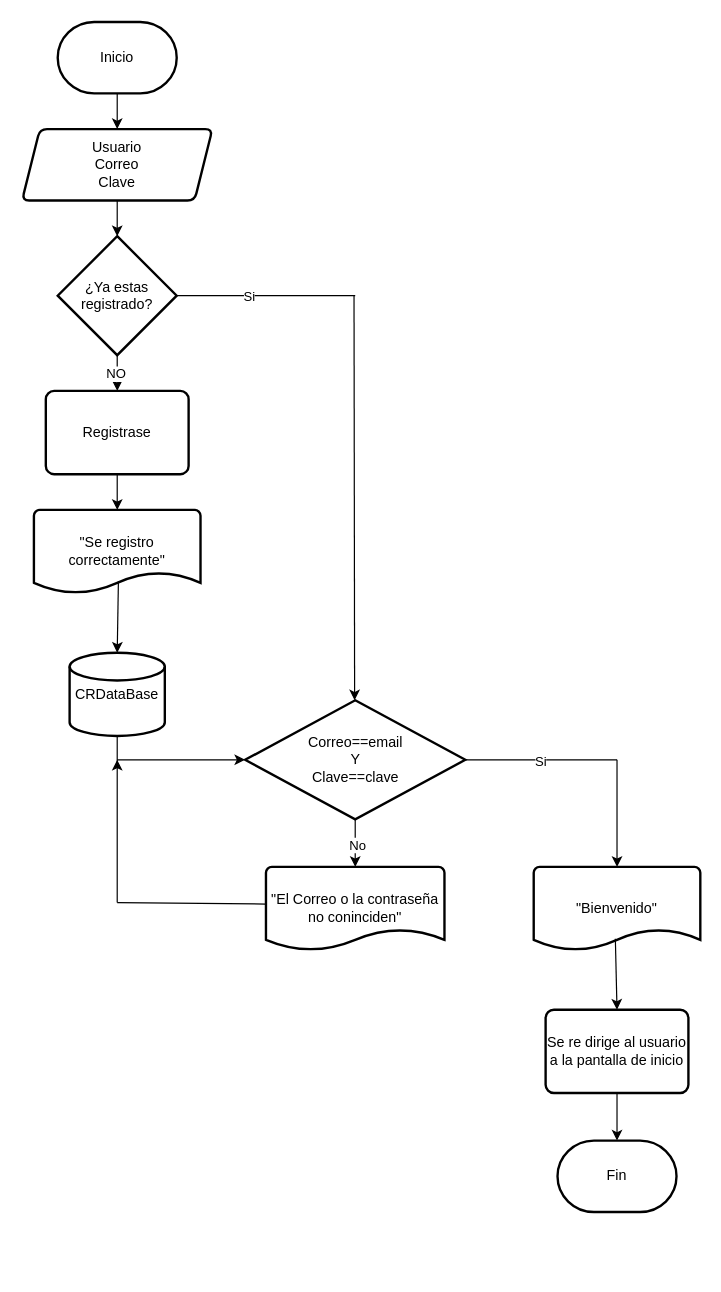
MasacradorM/Confrontation-Royale keeps this draw.io diagram as Documentacion/Diagrama de flujo-LoginAndRegister.drawio. Above is the earlier version. Source tidied: cells renumbered, new cells numbered last; positions are measured from the earlier drawing's top-left corner, leaving out a move shared by most shapes. Both pictures are drawn from the tidied source at 119%, with x=0, y=0 at pixel (21, 21).
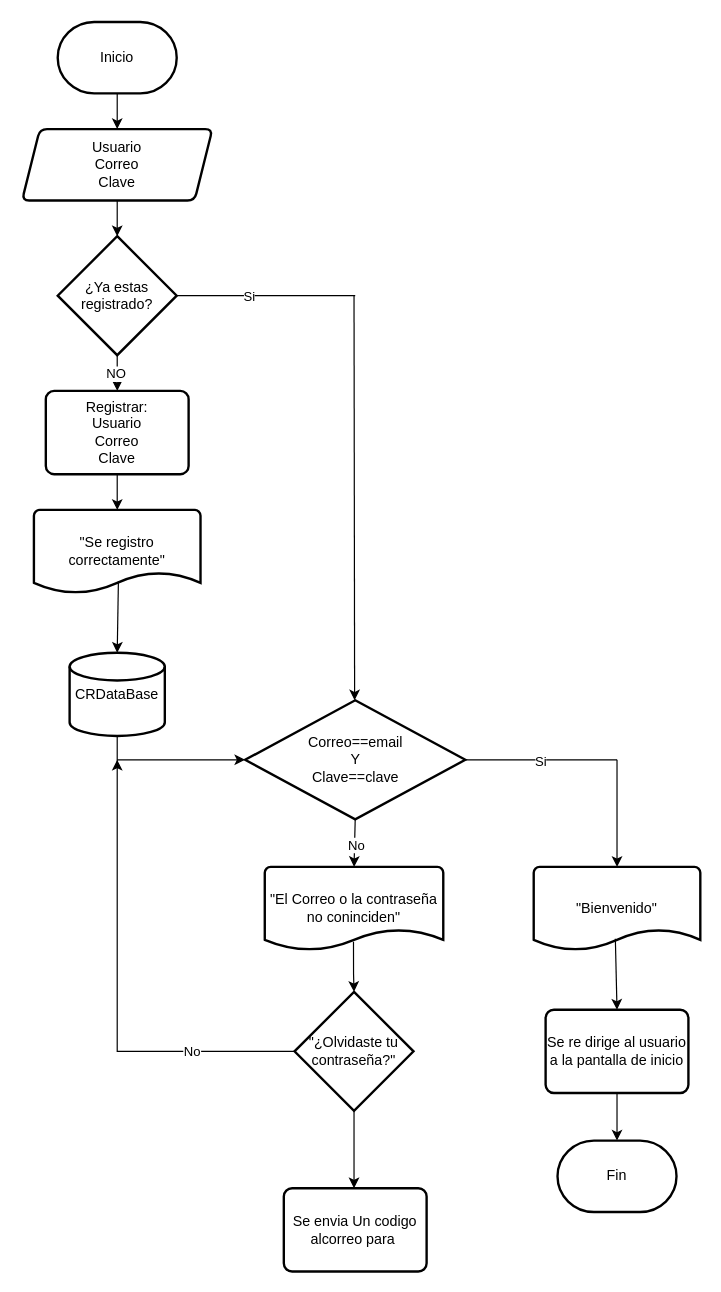
Above is the later version.

The edit, as a diff of the source:
```diff
@@
+    <mxCell id="33" style="edgeStyle=orthogonalEdgeStyle;rounded=0;jettySize=auto;html=1;exitX=0.497;exitY=0.897;exitDx=0;exitDy=0;exitPerimeter=0;" parent="1" edge="1" source="2" target="36">
+      <mxGeometry relative="1" as="geometry" />
+    </mxCell>
     <mxCell id="2" value="&quot;El Correo o la contraseña no coninciden&quot;" style="strokeWidth=2;html=1;shape=mxgraph.flowchart.document2;whiteSpace=wrap;size=0.25;" parent="1" vertex="1">
-      <mxGeometry x="205" y="710" width="150" height="70" as="geometry" />
+      <mxGeometry x="204" y="710" width="150" height="70" as="geometry" />
     </mxCell>
@@
-    <mxCell id="17" style="endArrow=none;html=1;rounded=0;entryX=0.001;entryY=0.446;entryDx=0;entryDy=0;entryPerimeter=0;" parent="1" edge="1" target="2">
-      <mxGeometry relative="1" as="geometry">
-        <mxPoint x="80" y="740" as="sourcePoint" />
-      </mxGeometry>
-    </mxCell>
-    <mxCell id="18" style="endArrow=classic;html=1;rounded=0;" parent="1" edge="1">
+    <mxCell id="18" style="endArrow=classic;html=1;rounded=0;exitX=0;exitY=0.5;exitDx=0;exitDy=0;exitPerimeter=0;" parent="1" edge="1" source="36">
       <mxGeometry relative="1" as="geometry">
-        <mxPoint x="80" y="740" as="sourcePoint" />
         <mxPoint x="80" y="620" as="targetPoint" />
+        <Array as="points">
+          <mxPoint x="80" y="865" />
+        </Array>
       </mxGeometry>
     </mxCell>
+    <mxCell id="34" value="No" style="edgeLabel;html=1;align=center;verticalAlign=middle;" parent="18" vertex="1">
+      <mxGeometry x="-0.56" y="-1" relative="1" as="geometry" />
+    </mxCell>
@@
-    <mxCell id="29" value="Registrase" style="rounded=1;whiteSpace=wrap;html=1;absoluteArcSize=1;arcSize=14;strokeWidth=2;" parent="1" vertex="1">
+    <mxCell id="29" value="Registrar:&lt;div&gt;Usuario&lt;/div&gt;&lt;div&gt;Correo&lt;/div&gt;&lt;div&gt;Clave&lt;/div&gt;" style="rounded=1;whiteSpace=wrap;html=1;absoluteArcSize=1;arcSize=14;strokeWidth=2;" parent="1" vertex="1">
       <mxGeometry x="20" y="310" width="120" height="70" as="geometry" />
     </mxCell>
@@
+    <mxCell id="35" style="edgeStyle=orthogonalEdgeStyle;rounded=0;jettySize=auto;html=1;" parent="1" edge="1" source="36">
+      <mxGeometry relative="1" as="geometry">
+        <mxPoint x="279" y="980" as="targetPoint" />
+      </mxGeometry>
+    </mxCell>
+    <mxCell id="36" value="&quot;¿Olvidaste tu contraseña?&quot;" style="strokeWidth=2;html=1;shape=mxgraph.flowchart.decision;whiteSpace=wrap;" parent="1" vertex="1">
+      <mxGeometry x="229" y="815" width="100" height="100" as="geometry" />
+    </mxCell>
+    <mxCell id="37" value="Se envia Un codigo alcorreo para&amp;nbsp;" style="rounded=1;whiteSpace=wrap;html=1;absoluteArcSize=1;arcSize=14;strokeWidth=2;" parent="1" vertex="1">
+      <mxGeometry x="220" y="980" width="120" height="70" as="geometry" />
+    </mxCell>
```
